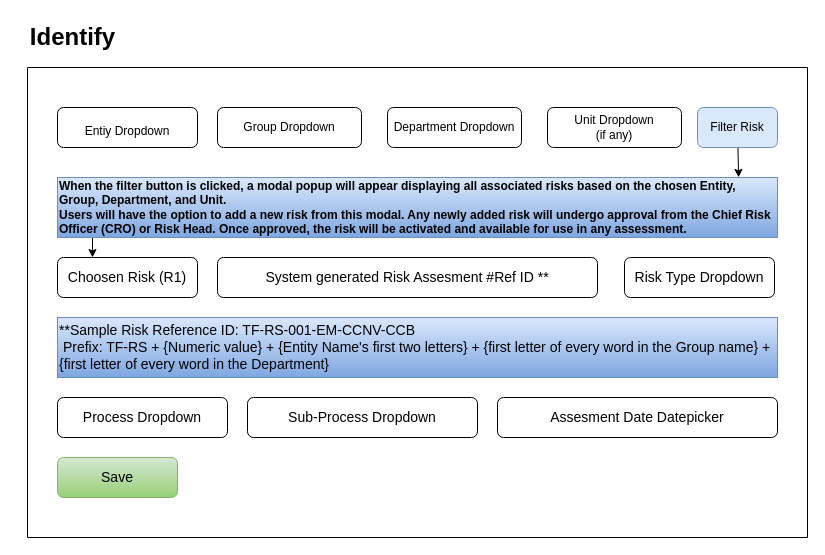
Earlier version of the draw.io diagram page "Risk Identification Stage" (2 of 5) of screens.drawio (iRM-Somnath/GRC). Source tidied: cells renumbered, new cells numbered last; positions are measured from the earlier drawing's top-left corner, leaving out a move shared by most shapes. Both pictures are drawn from the tidied source at 100%, with x=0, y=0 at pixel (17, 17).
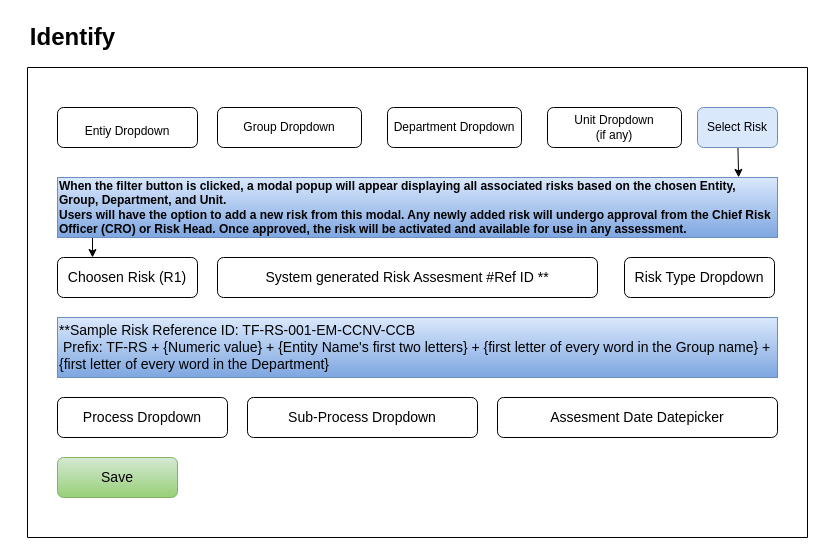
After the change.

Unchanged cells that the change refers to:
```xml
<mxCell id="2" style="swimlane;startSize=0;fontSize=24;" parent="1" vertex="1">
  <mxGeometry x="10" y="50" width="780" height="470" as="geometry" />
</mxCell>
```

The edit, as a diff of the source:
```diff
@@
-    <mxCell id="10" value="Filter Risk" style="rounded=1;whiteSpace=wrap;html=1;fontSize=12;fillColor=#dae8fc;strokeColor=#6c8ebf;" parent="2" vertex="1">
+    <mxCell id="10" value="Select Risk" style="rounded=1;whiteSpace=wrap;html=1;fontSize=12;fillColor=#dae8fc;strokeColor=#6c8ebf;" parent="2" vertex="1">
       <mxGeometry x="670" y="40" width="80" height="40" as="geometry" />
     </mxCell>
```
